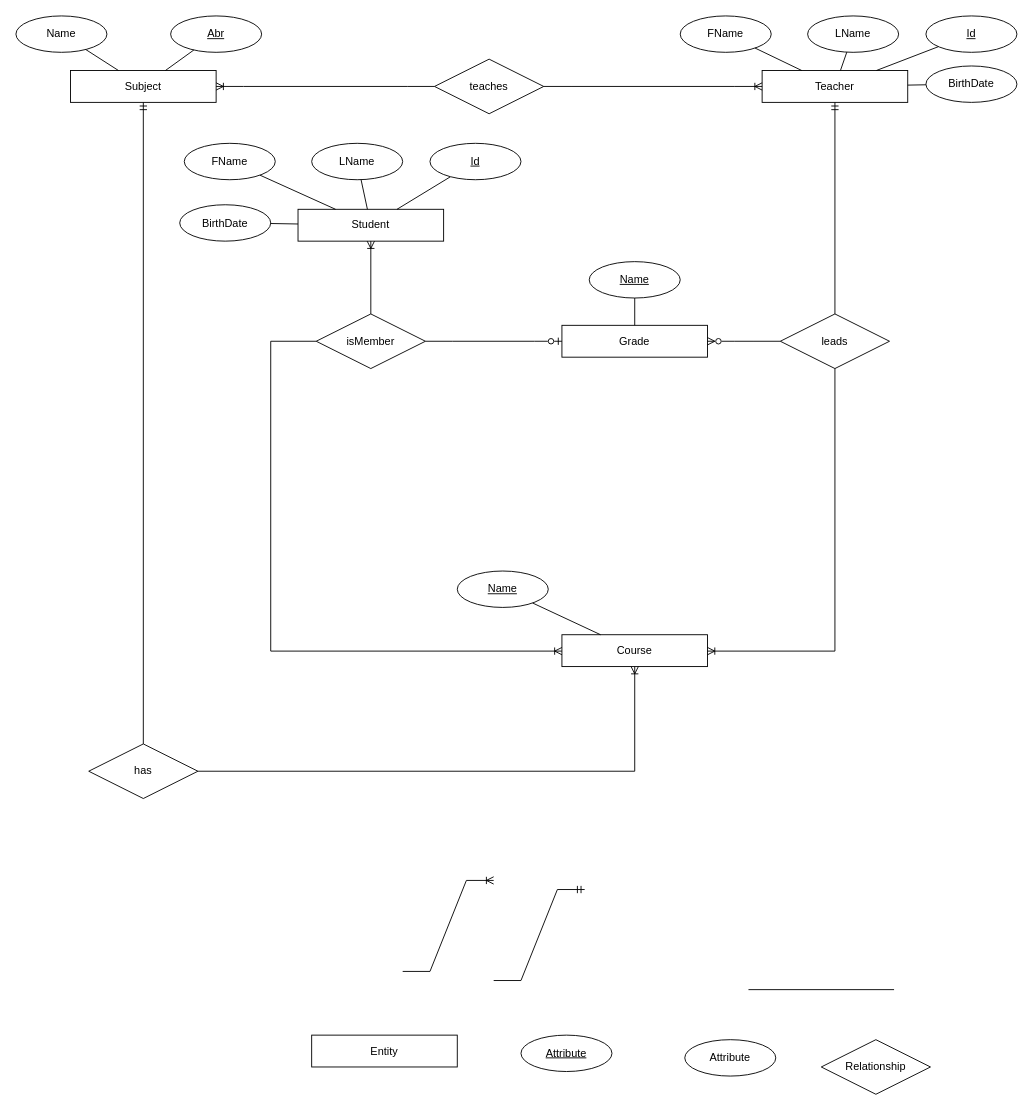
The draw.io diagram er.drawio in elma1989/teach, before the edit. Source tidied: cells renumbered, new cells numbered last; positions are measured from the earlier drawing's top-left corner, leaving out a move shared by most shapes. Both pictures are drawn from the tidied source at 91%, with x=0, y=0 at pixel (15, 15).
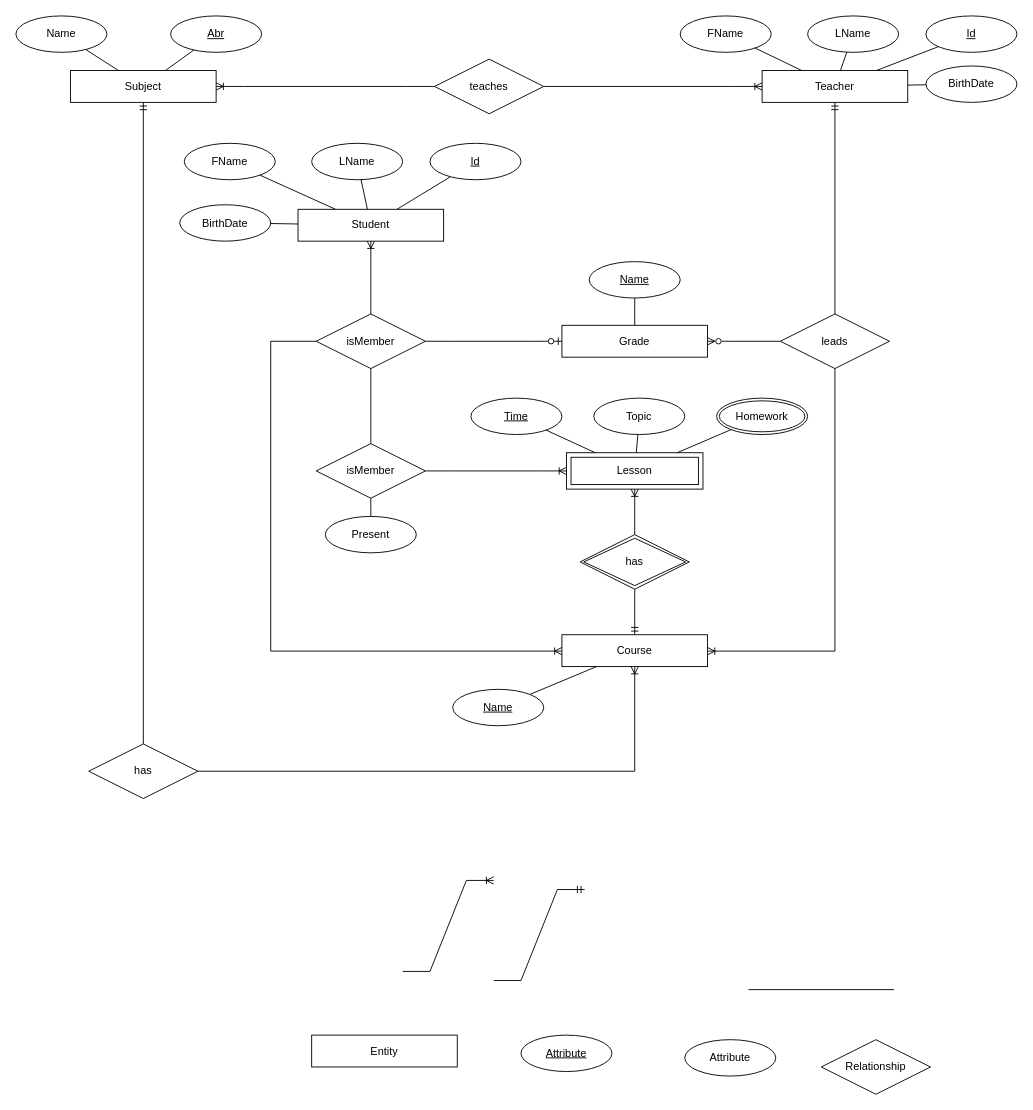
Above is the later version.

Unchanged cells that the change refers to:
```xml
<mxCell id="41" value="isMember" style="shape=rhombus;perimeter=rhombusPerimeter;whiteSpace=wrap;html=1;align=center;" parent="1" vertex="1">
  <mxGeometry x="330" y="327.5" width="120" height="60" as="geometry" />
</mxCell>
<mxCell id="44" value="Course" style="whiteSpace=wrap;html=1;align=center;" parent="1" vertex="1">
  <mxGeometry x="600" y="680" width="160" height="35" as="geometry" />
</mxCell>
```

What changed in the source:
```diff
@@
     <mxCell id="46" value="Name" style="ellipse;whiteSpace=wrap;html=1;align=center;fontStyle=4;" parent="1" vertex="1">
-      <mxGeometry x="485" y="610" width="100" height="40" as="geometry" />
+      <mxGeometry x="480" y="740" width="100" height="40" as="geometry" />
     </mxCell>
@@
+    <mxCell id="52" value="Lesson" style="shape=ext;margin=3;double=1;whiteSpace=wrap;html=1;align=center;" parent="1" vertex="1">
+      <mxGeometry x="605" y="480" width="150" height="40" as="geometry" />
+    </mxCell>
+    <mxCell id="53" value="has" style="shape=rhombus;double=1;perimeter=rhombusPerimeter;whiteSpace=wrap;html=1;align=center;" parent="1" vertex="1">
+      <mxGeometry x="620" y="570" width="120" height="60" as="geometry" />
+    </mxCell>
+    <mxCell id="54" style="edgeStyle=orthogonalEdgeStyle;fontSize=12;html=1;endArrow=ERoneToMany;rounded=0;" parent="1" edge="1" source="53" target="52">
+      <mxGeometry relative="1" as="geometry" />
+    </mxCell>
+    <mxCell id="55" style="edgeStyle=orthogonalEdgeStyle;fontSize=12;html=1;endArrow=ERmandOne;rounded=0;" parent="1" edge="1" source="53" target="44">
+      <mxGeometry relative="1" as="geometry" />
+    </mxCell>
+    <mxCell id="56" value="Time" style="ellipse;whiteSpace=wrap;html=1;align=center;fontStyle=4;" parent="1" vertex="1">
+      <mxGeometry x="500" y="420" width="100" height="40" as="geometry" />
+    </mxCell>
+    <mxCell id="57" style="endArrow=none;html=1;rounded=0;" parent="1" edge="1" source="56" target="52">
+      <mxGeometry relative="1" as="geometry" />
+    </mxCell>
+    <mxCell id="58" value="isMember" style="shape=rhombus;perimeter=rhombusPerimeter;whiteSpace=wrap;html=1;align=center;" parent="1" vertex="1">
+      <mxGeometry x="330" y="470" width="120" height="60" as="geometry" />
+    </mxCell>
+    <mxCell id="59" style="endArrow=none;html=1;rounded=0;" parent="1" edge="1" source="58" target="41">
+      <mxGeometry relative="1" as="geometry" />
+    </mxCell>
+    <mxCell id="60" style="edgeStyle=entityRelationEdgeStyle;fontSize=12;html=1;endArrow=ERoneToMany;rounded=0;" parent="1" edge="1" source="58" target="52">
+      <mxGeometry relative="1" as="geometry" />
+    </mxCell>
+    <mxCell id="61" value="Present" style="ellipse;whiteSpace=wrap;html=1;align=center;" parent="1" vertex="1">
+      <mxGeometry x="340" y="550" width="100" height="40" as="geometry" />
+    </mxCell>
+    <mxCell id="62" style="endArrow=none;html=1;rounded=0;" parent="1" edge="1" source="61" target="58">
+      <mxGeometry relative="1" as="geometry" />
+    </mxCell>
+    <mxCell id="63" style="endArrow=none;html=1;rounded=0;" parent="1" edge="1" source="64" target="52">
+      <mxGeometry relative="1" as="geometry" />
+    </mxCell>
+    <mxCell id="64" value="Topic" style="ellipse;whiteSpace=wrap;html=1;align=center;" parent="1" vertex="1">
+      <mxGeometry x="635" y="420" width="100" height="40" as="geometry" />
+    </mxCell>
+    <mxCell id="65" value="Homework" style="ellipse;shape=doubleEllipse;margin=3;whiteSpace=wrap;html=1;align=center;" parent="1" vertex="1">
+      <mxGeometry x="770" y="420" width="100" height="40" as="geometry" />
+    </mxCell>
+    <mxCell id="66" style="endArrow=none;html=1;rounded=0;" parent="1" edge="1" source="52" target="65">
+      <mxGeometry relative="1" as="geometry" />
+    </mxCell>
```
